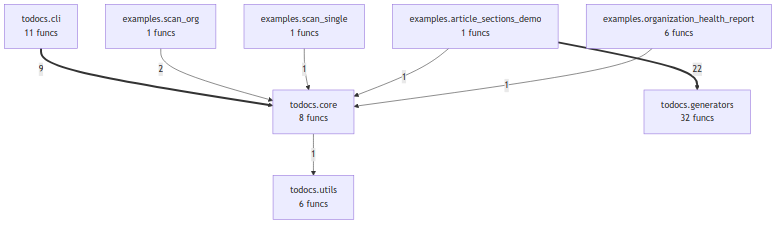
Above: project/compact_flow.png in wronai/todocs (Mermaid), before the change. Its source is kept beside it as project/compact_flow.mmd.
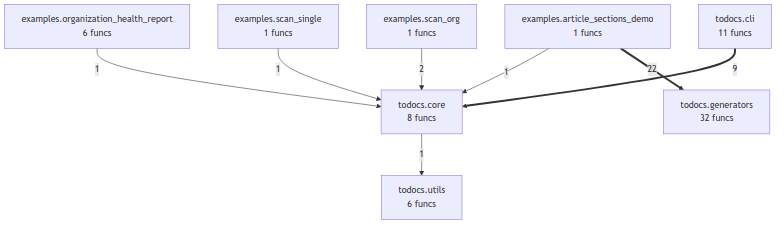
The same file after the commit.

Change to the diagram source:
```diff
@@ -10,7 +10,7 @@
     examples_article_sections_demo ==>|22| todocs_generators
     todocs_cli ==>|9| todocs_core
     examples_scan_org -->|2| todocs_core
+    examples_article_sections_demo -->|1| todocs_core
     examples_scan_single -->|1| todocs_core
-    examples_article_sections_demo -->|1| todocs_core
     examples_organization_health_report -->|1| todocs_core
     todocs_core -->|1| todocs_utils
```
